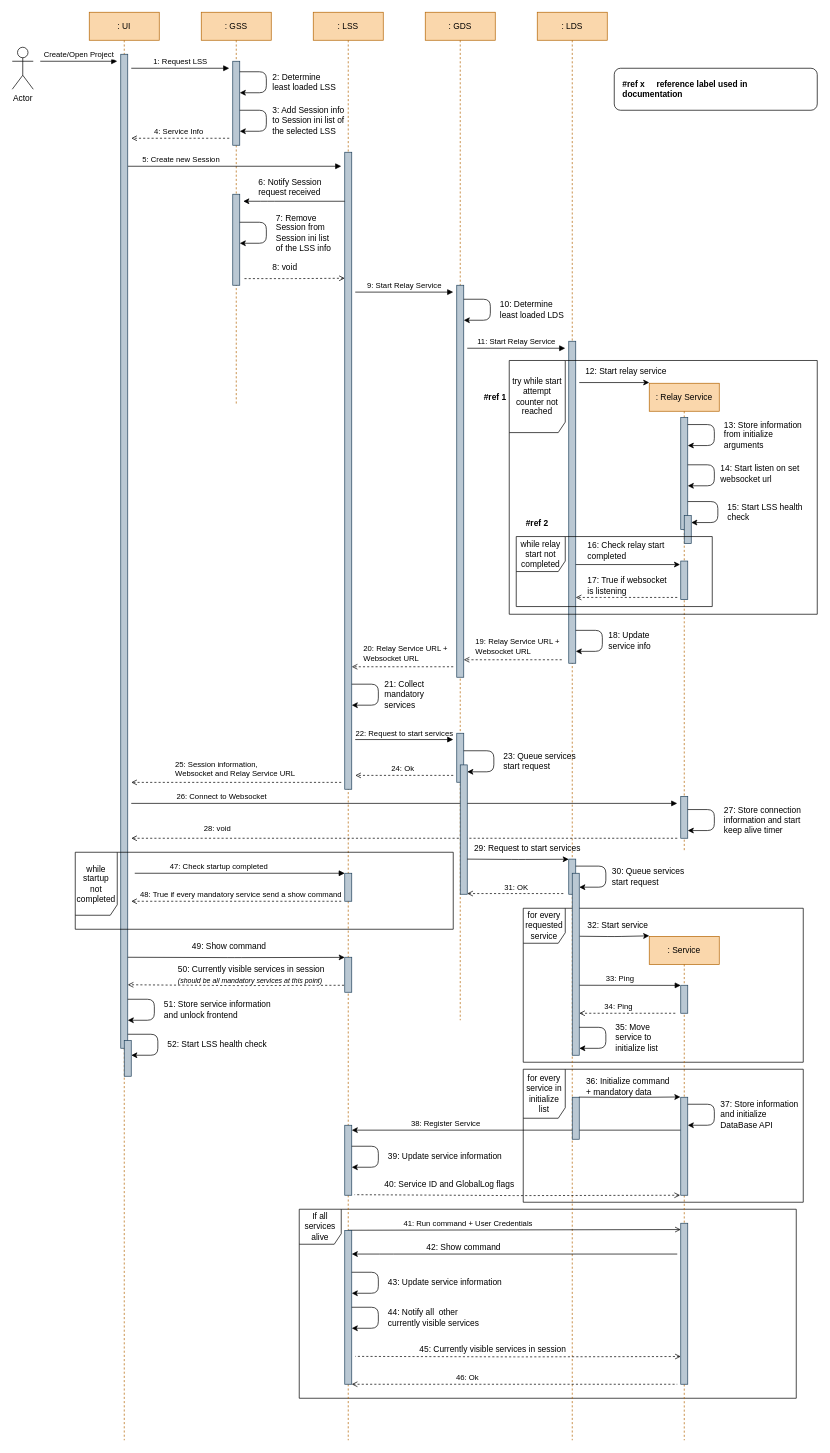
This is Documentation/Developer/general_concepts/images/service_start_logic_sequence.drawio from OT-OpenTwin/OpenTwin, a draw.io file, before an edit. Source tidied: cells renumbered, new cells numbered last; positions are measured from the earlier drawing's top-left corner, leaving out a move shared by most shapes. Both pictures are drawn from the tidied source at 70%, with x=0, y=0 at pixel (12, 12).
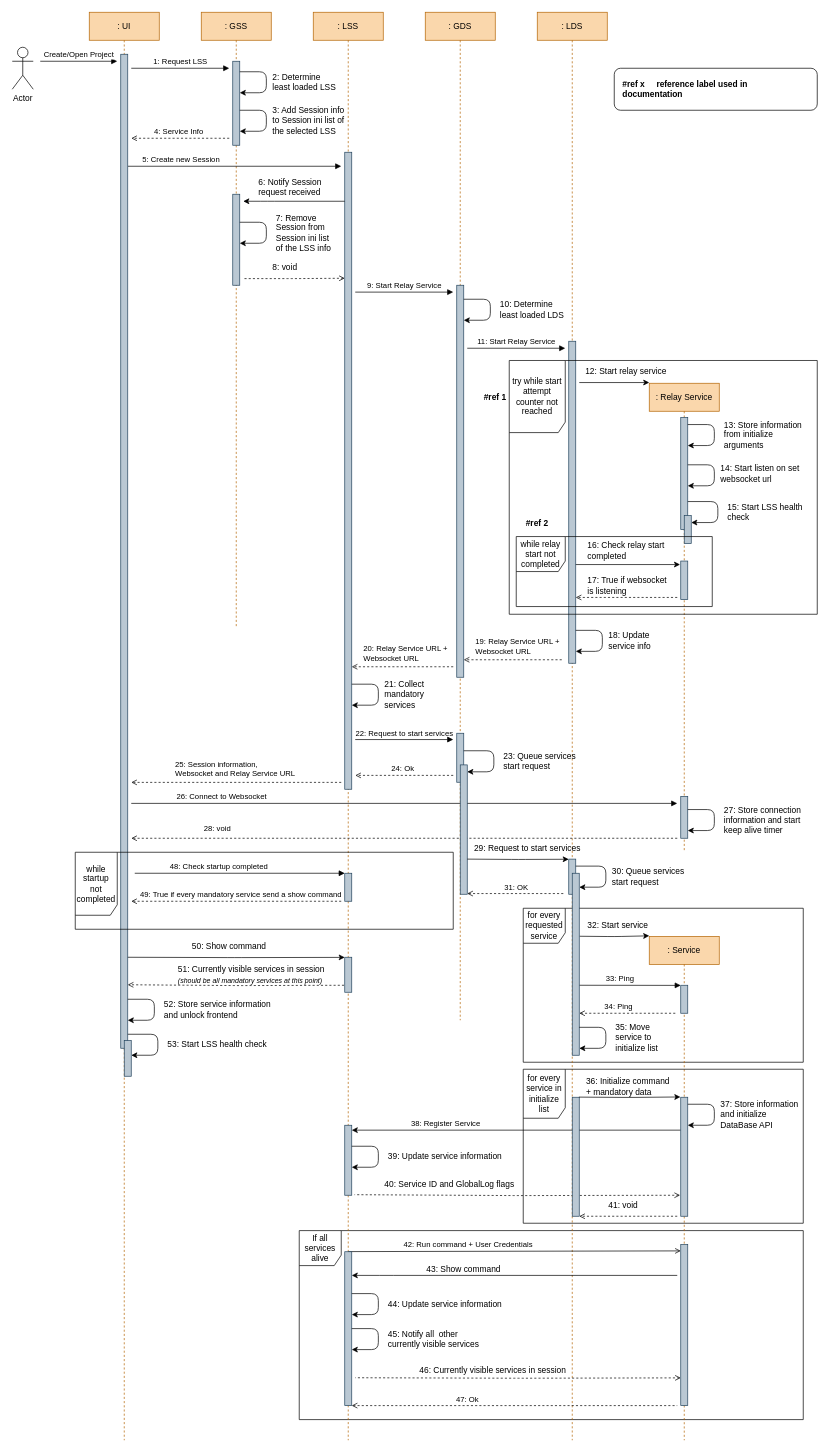
The same diagram, later.

The change refers to these unchanged cells:
```xml
<mxCell id="57" style="endArrow=open;html=1;rounded=0;dashed=1;endFill=0;" parent="1" edge="1">
  <mxGeometry relative="1" as="geometry">
    <mxPoint x="470" y="1270" as="sourcePoint" />
    <mxPoint x="170" y="1270" as="targetPoint" />
  </mxGeometry>
</mxCell>
```

The edit, as a diff of the source:
```diff
@@
+    <mxCell id="118" style="endArrow=none;html=1;rounded=1;dashed=1;endFill=0;strokeColor=default;strokeWidth=1;align=center;verticalAlign=middle;fontFamily=Helvetica;fontSize=12;fontColor=default;labelBackgroundColor=default;edgeStyle=orthogonalEdgeStyle;curved=0;startArrow=open;startFill=0;" parent="1" edge="1">
+      <mxGeometry relative="1" as="geometry">
+        <mxPoint x="954" y="1690" as="sourcePoint" />
+        <mxPoint x="489" y="1689.2" as="targetPoint" />
+      </mxGeometry>
+    </mxCell>
@@
     <mxCell id="5" value="If all services alive" style="shape=umlFrame;whiteSpace=wrap;html=1;width=60;height=50;" parent="1" vertex="1">
-      <mxGeometry x="410" y="1710" width="710" height="270" as="geometry" />
+      <mxGeometry x="410" y="1740.5" width="720" height="270" as="geometry" />
     </mxCell>
@@
     <mxCell id="12" value=": GSS" style="shape=umlLifeline;perimeter=lifelinePerimeter;whiteSpace=wrap;html=1;fillColor=#fad7ac;strokeColor=#b46504;fontColor=#000000;" parent="1" vertex="1">
-      <mxGeometry x="270" width="100" height="560" as="geometry" />
+      <mxGeometry x="270" width="100" height="880" as="geometry" />
     </mxCell>
@@
-    <mxCell id="33" value="41: Run command + User Credentials" style="html=1;verticalAlign=bottom;endArrow=open;rounded=0;labelBackgroundColor=none;endFill=0;" parent="1" edge="1">
+    <mxCell id="33" value="42&lt;span style=&quot;background-color: transparent; color: light-dark(rgb(0, 0, 0), rgb(255, 255, 255));&quot;&gt;: Run command + User Credentials&lt;/span&gt;" style="html=1;verticalAlign=bottom;endArrow=open;rounded=0;labelBackgroundColor=none;endFill=0;" parent="1" edge="1">
       <mxGeometry x="-0.28" relative="1" as="geometry">
-        <mxPoint x="480" y="1740" as="sourcePoint" />
-        <mxPoint x="955" y="1739" as="targetPoint" />
+        <mxPoint x="480" y="1770.5" as="sourcePoint" />
+        <mxPoint x="955" y="1769.5" as="targetPoint" />
       </mxGeometry>
     </mxCell>
@@
-    <mxCell id="38" value="46: Ok" style="html=1;verticalAlign=bottom;endArrow=none;rounded=0;startArrow=open;startFill=0;endFill=0;dashed=1;" parent="1" edge="1">
+    <mxCell id="38" value="47: Ok" style="html=1;verticalAlign=bottom;endArrow=none;rounded=0;startArrow=open;startFill=0;endFill=0;dashed=1;" parent="1" edge="1">
       <mxGeometry x="-0.29" relative="1" as="geometry">
-        <mxPoint x="485" y="1960" as="sourcePoint" />
-        <mxPoint x="950" y="1960" as="targetPoint" />
+        <mxPoint x="485" y="1990.5" as="sourcePoint" />
+        <mxPoint x="950" y="1990.5" as="targetPoint" />
       </mxGeometry>
     </mxCell>
@@
     <mxCell id="51" style="html=1;perimeter=orthogonalPerimeter;fillColor=#bac8d3;strokeColor=#23445d;" parent="1" vertex="1">
-      <mxGeometry x="955" y="1730" width="10" height="230" as="geometry" />
+      <mxGeometry x="955" y="1760.5" width="10" height="230" as="geometry" />
     </mxCell>
@@
-    <mxCell id="56" value="47: Check startup completed" style="html=1;verticalAlign=bottom;endArrow=block;rounded=0;" parent="1" edge="1">
+    <mxCell id="56" value="48: Check startup completed" style="html=1;verticalAlign=bottom;endArrow=block;rounded=0;" parent="1" edge="1">
       <mxGeometry x="-0.2" relative="1" as="geometry">
         <mxPoint x="175" y="1230" as="sourcePoint" />
         <mxPoint x="475" y="1230" as="targetPoint" />
       </mxGeometry>
     </mxCell>
@@
-    <mxCell id="58" value="48: True if every mandatory service send a show command" style="edgeLabel;html=1;align=left;verticalAlign=middle;labelBackgroundColor=none;" parent="57" vertex="1">
+    <mxCell id="58" value="49: True if every mandatory service send a show command" style="edgeLabel;html=1;align=left;verticalAlign=middle;labelBackgroundColor=none;" parent="57" vertex="1">
       <mxGeometry x="0.66" relative="1" as="geometry">
         <mxPoint x="-40" y="-10" as="offset" />
       </mxGeometry>
     </mxCell>
@@
     <mxCell id="109" style="html=1;perimeter=orthogonalPerimeter;fillColor=#bac8d3;strokeColor=#23445d;rounded=0;align=left;verticalAlign=top;fontFamily=Helvetica;fontSize=12;fontColor=default;" parent="1" vertex="1">
-      <mxGeometry x="800" y="1550" width="10" height="60" as="geometry" />
+      <mxGeometry x="800" y="1550" width="10" height="170" as="geometry" />
     </mxCell>
     <mxCell id="110" value="for every service in initialize list" style="shape=umlFrame;whiteSpace=wrap;html=1;width=60;height=70;" parent="1" vertex="1">
-      <mxGeometry x="730" y="1510" width="400" height="190" as="geometry" />
+      <mxGeometry x="730" y="1510" width="400" height="220" as="geometry" />
     </mxCell>
     <mxCell id="111" style="html=1;perimeter=orthogonalPerimeter;fillColor=#bac8d3;strokeColor=#23445d;rounded=0;align=left;verticalAlign=top;fontFamily=Helvetica;fontSize=12;fontColor=default;" parent="1" vertex="1">
-      <mxGeometry x="955" y="1550" width="10" height="140" as="geometry" />
+      <mxGeometry x="955" y="1550" width="10" height="170" as="geometry" />
     </mxCell>
@@
-    <mxCell id="118" style="endArrow=none;html=1;rounded=1;dashed=1;endFill=0;strokeColor=default;strokeWidth=1;align=center;verticalAlign=middle;fontFamily=Helvetica;fontSize=12;fontColor=default;labelBackgroundColor=default;edgeStyle=orthogonalEdgeStyle;curved=0;startArrow=open;startFill=0;" parent="1" edge="1">
-      <mxGeometry relative="1" as="geometry">
-        <mxPoint x="954" y="1690" as="sourcePoint" />
-        <mxPoint x="489" y="1689.2" as="targetPoint" />
-      </mxGeometry>
-    </mxCell>
@@
     <mxCell id="120" style="endArrow=classic;html=1;rounded=1;endFill=1;strokeColor=default;strokeWidth=1;align=center;verticalAlign=middle;fontFamily=Helvetica;fontSize=12;fontColor=default;labelBackgroundColor=default;edgeStyle=orthogonalEdgeStyle;curved=0;" parent="1" edge="1">
       <mxGeometry relative="1" as="geometry">
-        <mxPoint x="950" y="1774" as="sourcePoint" />
-        <mxPoint x="485" y="1774" as="targetPoint" />
+        <mxPoint x="950" y="1804.5" as="sourcePoint" />
+        <mxPoint x="485" y="1804.5" as="targetPoint" />
         <Array as="points">
-          <mxPoint x="535" y="1774" />
-          <mxPoint x="535" y="1774" />
+          <mxPoint x="535" y="1804.5" />
+          <mxPoint x="535" y="1804.5" />
         </Array>
       </mxGeometry>
     </mxCell>
-    <mxCell id="121" value="42: Show command" style="text;html=1;align=left;verticalAlign=middle;whiteSpace=wrap;rounded=0;fontFamily=Helvetica;fontSize=12;fontColor=#000000;" parent="1" vertex="1">
-      <mxGeometry x="590" y="1760" width="120" height="10" as="geometry" />
+    <mxCell id="121" value="43: Show command" style="text;html=1;align=left;verticalAlign=middle;whiteSpace=wrap;rounded=0;fontFamily=Helvetica;fontSize=12;fontColor=#000000;" parent="1" vertex="1">
+      <mxGeometry x="590" y="1790.5" width="120" height="10" as="geometry" />
     </mxCell>
     <mxCell id="122" style="html=1;perimeter=orthogonalPerimeter;fillColor=#bac8d3;strokeColor=#23445d;rounded=0;align=left;verticalAlign=top;fontFamily=Helvetica;fontSize=12;fontColor=default;" parent="1" vertex="1">
-      <mxGeometry x="475" y="1740.2" width="10" height="219.8" as="geometry" />
+      <mxGeometry x="475" y="1770.7" width="10" height="219.8" as="geometry" />
     </mxCell>
     <mxCell id="123" style="edgeStyle=orthogonalEdgeStyle;rounded=1;orthogonalLoop=1;jettySize=auto;html=1;strokeColor=default;strokeWidth=1;align=center;verticalAlign=middle;fontFamily=Helvetica;fontSize=12;fontColor=default;labelBackgroundColor=default;startArrow=none;startFill=0;endArrow=classic;endFill=1;curved=0;" parent="1" edge="1">
       <mxGeometry relative="1" as="geometry">
-        <mxPoint x="485" y="1800" as="sourcePoint" />
-        <mxPoint x="485" y="1830" as="targetPoint" />
+        <mxPoint x="485" y="1830.5" as="sourcePoint" />
+        <mxPoint x="485" y="1860.5" as="targetPoint" />
         <Array as="points">
-          <mxPoint x="523" y="1800" />
-          <mxPoint x="523" y="1830" />
-          <mxPoint x="485" y="1830" />
+          <mxPoint x="523" y="1830.5" />
+          <mxPoint x="523" y="1860.5" />
+          <mxPoint x="485" y="1860.5" />
         </Array>
       </mxGeometry>
     </mxCell>
-    <mxCell id="124" value="43: Update service information" style="text;html=1;align=left;verticalAlign=middle;whiteSpace=wrap;rounded=0;fontFamily=Helvetica;fontSize=12;fontColor=#000000;" parent="1" vertex="1">
-      <mxGeometry x="535" y="1800" width="175" height="30" as="geometry" />
+    <mxCell id="124" value="44: Update service information" style="text;html=1;align=left;verticalAlign=middle;whiteSpace=wrap;rounded=0;fontFamily=Helvetica;fontSize=12;fontColor=#000000;" parent="1" vertex="1">
+      <mxGeometry x="535" y="1830.5" width="175" height="30" as="geometry" />
     </mxCell>
     <mxCell id="125" style="endArrow=none;html=1;rounded=1;dashed=1;endFill=0;strokeColor=default;strokeWidth=1;align=center;verticalAlign=middle;fontFamily=Helvetica;fontSize=12;fontColor=default;labelBackgroundColor=default;edgeStyle=orthogonalEdgeStyle;curved=0;startArrow=open;startFill=0;" parent="1" edge="1">
       <mxGeometry relative="1" as="geometry">
-        <mxPoint x="955" y="1920.4" as="sourcePoint" />
-        <mxPoint x="490" y="1920.2" as="targetPoint" />
+        <mxPoint x="955" y="1950.9" as="sourcePoint" />
+        <mxPoint x="490" y="1950.7" as="targetPoint" />
       </mxGeometry>
     </mxCell>
-    <mxCell id="126" value="45: Currently visible services in session" style="text;html=1;align=left;verticalAlign=middle;whiteSpace=wrap;rounded=0;fontFamily=Helvetica;fontSize=12;fontColor=#000000;" parent="1" vertex="1">
-      <mxGeometry x="580" y="1900.2" width="215" height="20" as="geometry" />
+    <mxCell id="126" value="46: Currently visible services in session" style="text;html=1;align=left;verticalAlign=middle;whiteSpace=wrap;rounded=0;fontFamily=Helvetica;fontSize=12;fontColor=#000000;" parent="1" vertex="1">
+      <mxGeometry x="580" y="1930.7" width="215" height="20" as="geometry" />
     </mxCell>
     <mxCell id="127" style="edgeStyle=orthogonalEdgeStyle;rounded=1;orthogonalLoop=1;jettySize=auto;html=1;strokeColor=default;strokeWidth=1;align=center;verticalAlign=middle;fontFamily=Helvetica;fontSize=12;fontColor=default;labelBackgroundColor=default;startArrow=none;startFill=0;endArrow=classic;endFill=1;curved=0;" parent="1" edge="1">
       <mxGeometry relative="1" as="geometry">
-        <mxPoint x="485" y="1850" as="sourcePoint" />
-        <mxPoint x="485" y="1880" as="targetPoint" />
+        <mxPoint x="485" y="1880.5" as="sourcePoint" />
+        <mxPoint x="485" y="1910.5" as="targetPoint" />
         <Array as="points">
-          <mxPoint x="523" y="1850" />
-          <mxPoint x="523" y="1880" />
-          <mxPoint x="485" y="1880" />
+          <mxPoint x="523" y="1880.5" />
+          <mxPoint x="523" y="1910.5" />
+          <mxPoint x="485" y="1910.5" />
         </Array>
       </mxGeometry>
     </mxCell>
-    <mxCell id="128" value="44: Notify all&amp;nbsp; other currently visible services" style="text;html=1;align=left;verticalAlign=middle;whiteSpace=wrap;rounded=0;fontFamily=Helvetica;fontSize=12;fontColor=#000000;" parent="1" vertex="1">
-      <mxGeometry x="535" y="1850" width="145" height="30" as="geometry" />
+    <mxCell id="128" value="45: Notify all&amp;nbsp; other currently visible services" style="text;html=1;align=left;verticalAlign=middle;whiteSpace=wrap;rounded=0;fontFamily=Helvetica;fontSize=12;fontColor=#000000;" parent="1" vertex="1">
+      <mxGeometry x="535" y="1880.5" width="145" height="30" as="geometry" />
     </mxCell>
@@
-    <mxCell id="130" value="51: Store service information and unlock frontend" style="text;html=1;align=left;verticalAlign=middle;whiteSpace=wrap;rounded=0;fontFamily=Helvetica;fontSize=12;fontColor=#000000;" parent="1" vertex="1">
+    <mxCell id="130" value="52: Store service information and unlock frontend" style="text;html=1;align=left;verticalAlign=middle;whiteSpace=wrap;rounded=0;fontFamily=Helvetica;fontSize=12;fontColor=#000000;" parent="1" vertex="1">
       <mxGeometry x="215" y="1410" width="165" height="30" as="geometry" />
     </mxCell>
-    <mxCell id="131" value="49: Show command" style="text;html=1;align=left;verticalAlign=middle;whiteSpace=wrap;rounded=0;fontFamily=Helvetica;fontSize=12;fontColor=#000000;" parent="1" vertex="1">
+    <mxCell id="131" value="50: Show command" style="text;html=1;align=left;verticalAlign=middle;whiteSpace=wrap;rounded=0;fontFamily=Helvetica;fontSize=12;fontColor=#000000;" parent="1" vertex="1">
       <mxGeometry x="255" y="1330" width="130" height="10" as="geometry" />
     </mxCell>
@@
-    <mxCell id="133" value="50: Currently visible services in session &lt;i&gt;&lt;font style=&quot;font-size: 10px;&quot;&gt;(should be all mandatory services at this point)&lt;/font&gt;&lt;/i&gt;" style="text;html=1;align=left;verticalAlign=middle;whiteSpace=wrap;rounded=0;fontFamily=Helvetica;fontSize=12;fontColor=#000000;" parent="1" vertex="1">
+    <mxCell id="133" value="51: Currently visible services in session &lt;i&gt;&lt;font style=&quot;font-size: 10px;&quot;&gt;(should be all mandatory services at this point)&lt;/font&gt;&lt;/i&gt;" style="text;html=1;align=left;verticalAlign=middle;whiteSpace=wrap;rounded=0;fontFamily=Helvetica;fontSize=12;fontColor=#000000;" parent="1" vertex="1">
       <mxGeometry x="235" y="1370" width="215" height="10" as="geometry" />
     </mxCell>
@@
-    <mxCell id="135" value="52: Start LSS health check" style="text;html=1;align=left;verticalAlign=middle;whiteSpace=wrap;rounded=0;fontFamily=Helvetica;fontSize=12;fontColor=#000000;" parent="1" vertex="1">
+    <mxCell id="135" value="53: Start LSS health check" style="text;html=1;align=left;verticalAlign=middle;whiteSpace=wrap;rounded=0;fontFamily=Helvetica;fontSize=12;fontColor=#000000;" parent="1" vertex="1">
       <mxGeometry x="220" y="1460" width="150" height="30" as="geometry" />
     </mxCell>
+    <mxCell id="136" style="endArrow=open;html=1;rounded=1;dashed=1;endFill=0;strokeColor=default;strokeWidth=1;align=center;verticalAlign=middle;fontFamily=Helvetica;fontSize=12;fontColor=default;labelBackgroundColor=default;edgeStyle=orthogonalEdgeStyle;curved=0;" parent="1" edge="1">
+      <mxGeometry relative="1" as="geometry">
+        <mxPoint x="950" y="1720" as="sourcePoint" />
+        <mxPoint x="810" y="1720" as="targetPoint" />
+      </mxGeometry>
+    </mxCell>
+    <mxCell id="137" value="41: void" style="text;html=1;align=left;verticalAlign=middle;whiteSpace=wrap;rounded=0;fontFamily=Helvetica;fontSize=12;fontColor=#000000;" parent="1" vertex="1">
+      <mxGeometry x="850" y="1700" width="80" height="10" as="geometry" />
+    </mxCell>
```
